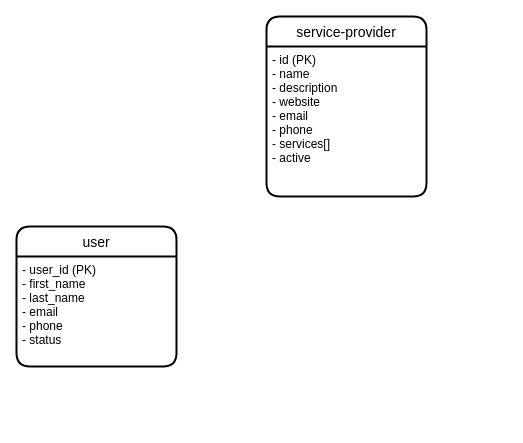
The draw.io diagram design/data_model.drawio in t3rrybb/hackathon-springboard-collaborative, before the edit. Source tidied: cells renumbered, new cells numbered last; positions are measured from the earlier drawing's top-left corner, leaving out a move shared by most shapes. Both pictures are drawn from the tidied source at 100%, with x=0, y=0 at pixel (16, 16).
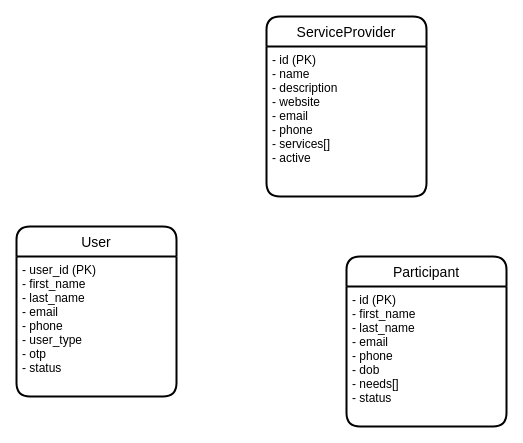
The same diagram, later.

Commit message:
Add Participant and update User entities in data model

Diff of the diagram source:
```diff
@@
 <mxGraphModel>
   <root>
     <mxCell id="0" />
     <mxCell id="1" parent="0" />
-    <mxCell id="2" value="user" style="swimlane;horizontal=1;startSize=30;rounded=1;fontSize=14;fontStyle=0;strokeWidth=2;shadow=0;dashed=0;align=center;" parent="1" vertex="1">
-      <mxGeometry y="210" width="160" height="140" as="geometry" />
+    <mxCell id="2" value="User" style="swimlane;horizontal=1;startSize=30;rounded=1;fontSize=14;fontStyle=0;strokeWidth=2;shadow=0;dashed=0;align=center;" parent="1" vertex="1">
+      <mxGeometry y="210" width="160" height="170" as="geometry" />
     </mxCell>
-    <mxCell id="3" value="- user_id (PK)&#10;- first_name&#10;- last_name&#10;- email&#10;- phone&#10;- status" style="align=left;strokeColor=none;fillColor=none;spacingLeft=4;fontSize=12;verticalAlign=top;" parent="2" vertex="1">
-      <mxGeometry y="30" width="160" height="110" as="geometry" />
+    <mxCell id="3" value="- user_id (PK)&#10;- first_name&#10;- last_name&#10;- email&#10;- phone&#10;- user_type&#10;- otp&#10;- status" style="align=left;strokeColor=none;fillColor=none;spacingLeft=4;fontSize=12;verticalAlign=top;" parent="2" vertex="1">
+      <mxGeometry y="30" width="160" height="140" as="geometry" />
     </mxCell>
-    <mxCell id="4" value="service-provider" style="swimlane;horizontal=1;startSize=30;rounded=1;fontSize=14;fontStyle=0;strokeWidth=2;shadow=0;dashed=0;align=center;" parent="1" vertex="1">
+    <mxCell id="4" value="ServiceProvider" style="swimlane;horizontal=1;startSize=30;rounded=1;fontSize=14;fontStyle=0;strokeWidth=2;shadow=0;dashed=0;align=center;" parent="1" vertex="1">
       <mxGeometry x="250" width="160" height="180" as="geometry" />
     </mxCell>
     <mxCell id="5" value="- id (PK)&#10;- name&#10;- description&#10;- website&#10;- email&#10;- phone&#10;- services[]&#10;- active" style="align=left;strokeColor=none;fillColor=none;spacingLeft=4;fontSize=12;verticalAlign=top;" parent="4" vertex="1">
       <mxGeometry y="30" width="160" height="150" as="geometry" />
     </mxCell>
+    <mxCell id="6" value="Participant" style="swimlane;horizontal=1;startSize=30;rounded=1;fontSize=14;fontStyle=0;strokeWidth=2;shadow=0;dashed=0;align=center;" parent="1" vertex="1">
+      <mxGeometry x="330" y="240" width="160" height="170" as="geometry" />
+    </mxCell>
+    <mxCell id="7" value="- id (PK)&#10;- first_name&#10;- last_name&#10;- email&#10;- phone&#10;- dob&#10;- needs[]&#10;- status" style="align=left;strokeColor=none;fillColor=none;spacingLeft=4;fontSize=12;verticalAlign=top;" parent="6" vertex="1">
+      <mxGeometry y="30" width="160" height="140" as="geometry" />
+    </mxCell>
   </root>
 </mxGraphModel>
```
